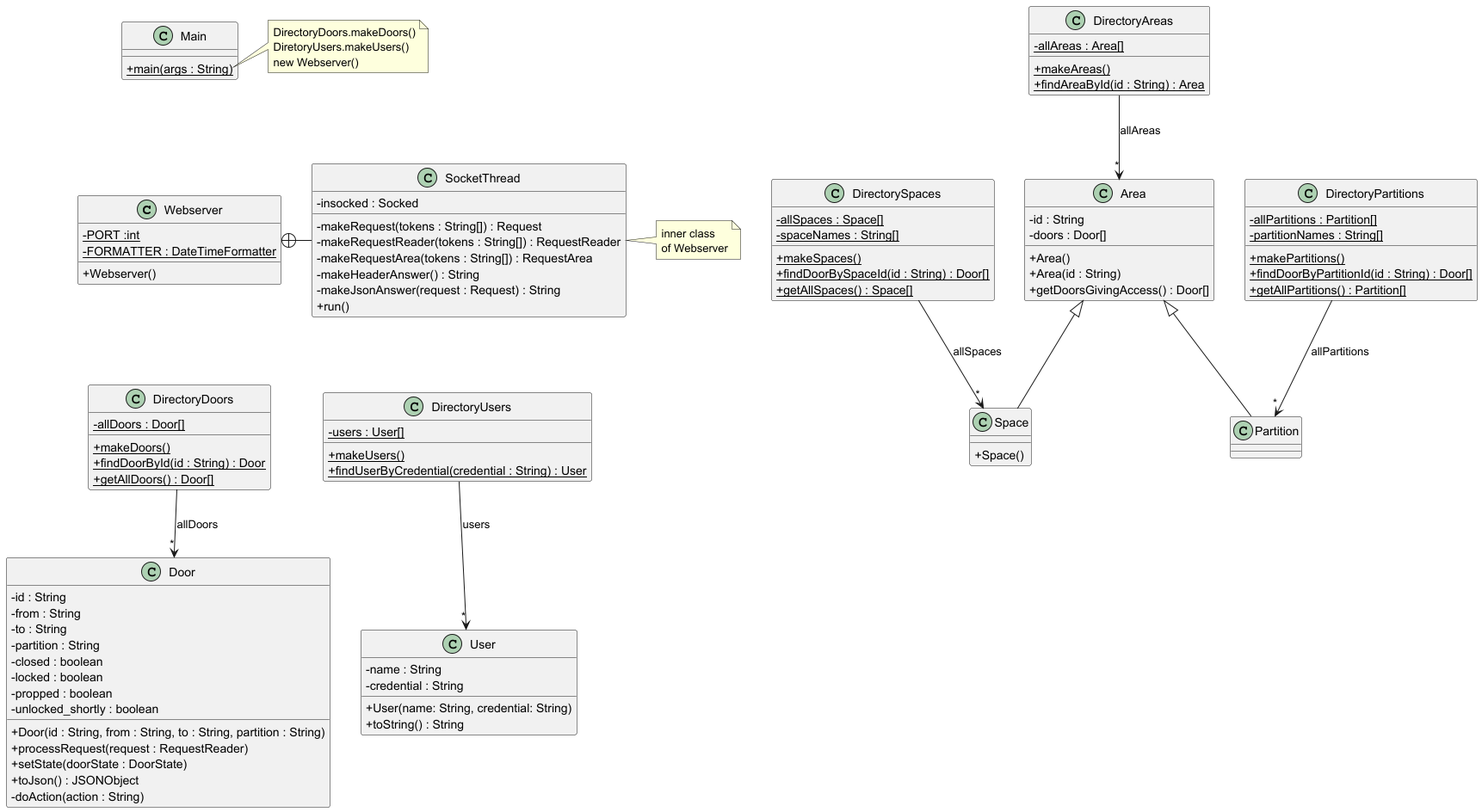
Before: src/baseNoStates/uml/base_no_states.png, a diagram exported from PlantUML (davidal15/Projecte-DS).
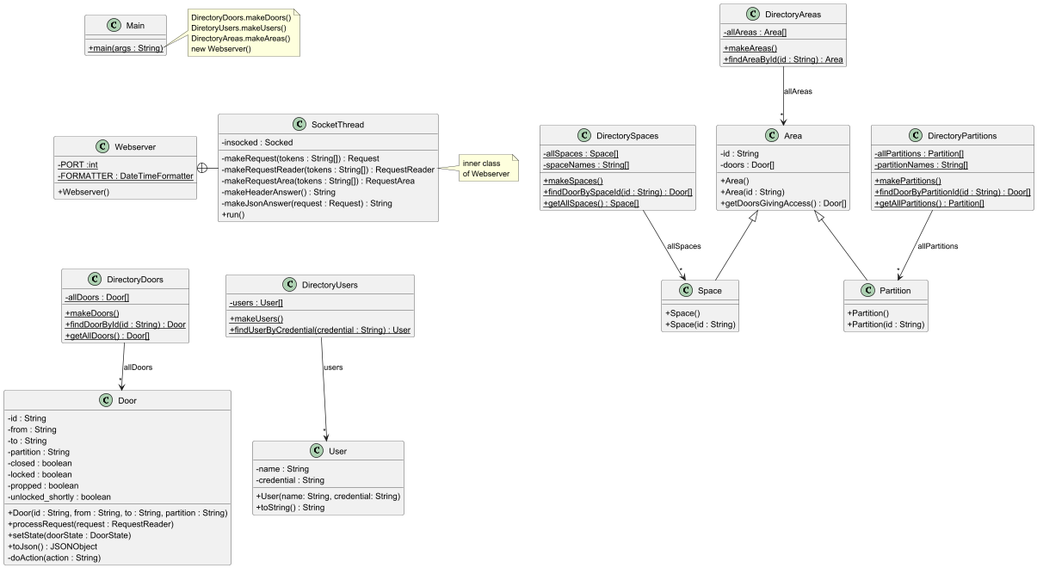
The same diagram one commit later.

Commit message:
1.7 baseNoStates UML updated

The edit, as a diff of the source:
```diff
@@ -97,9 +97,12 @@
 
 class Space {
 + Space()
++ Space(id : String)
 }
 
 class Partition {
++ Partition()
++ Partition(id : String)
 }
 
 class Area {
@@ -120,6 +123,7 @@
 note right of Main::main
 DirectoryDoors.makeDoors()
 DiretoryUsers.makeUsers()
+DirectoryAreas.makeAreas()
 new Webserver()
 end note
 
```
